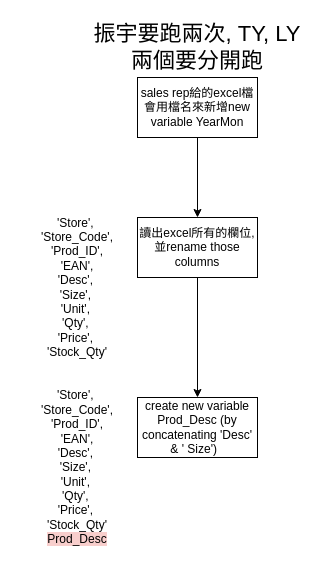
Ling160/Udemy keeps this draw.io diagram as Untitled Diagram.drawio. Above is the earlier version. Source tidied: cells renumbered, new cells numbered last; positions are measured from the earlier drawing's top-left corner, leaving out a move shared by most shapes. Both pictures are drawn from the tidied source at 100%, with x=0, y=0 at pixel (17, 17).
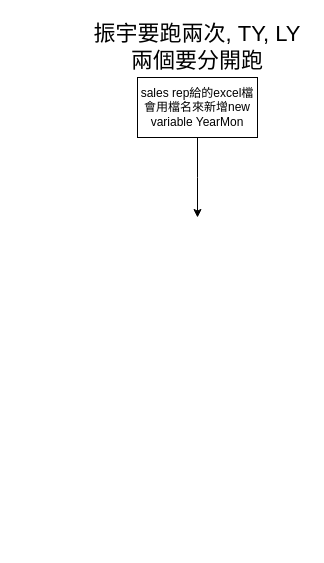
Above is the later version.

Change to the diagram source:
```diff
@@
 <mxGraphModel>
   <root>
     <mxCell id="0" />
     <mxCell id="1" parent="0" />
-    <mxCell id="2" style="edgeStyle=orthogonalEdgeStyle;rounded=0;jettySize=auto;html=1;fontSize=22;" parent="1" edge="1" source="3" target="6">
-      <mxGeometry relative="1" as="geometry" />
+    <mxCell id="2" style="edgeStyle=orthogonalEdgeStyle;rounded=0;jettySize=auto;html=1;fontSize=22;" parent="1" edge="1" source="3">
+      <mxGeometry relative="1" as="geometry">
+        <mxPoint x="180" y="200" as="targetPoint" />
+      </mxGeometry>
     </mxCell>
     <mxCell id="3" value="sales rep給的excel檔&lt;br&gt;會用檔名來新增new variable YearMon" style="rounded=0;whiteSpace=wrap;html=1;" parent="1" vertex="1">
       <mxGeometry x="120" y="60" width="120" height="60" as="geometry" />
     </mxCell>
     <mxCell id="4" value="&lt;font style=&quot;font-size: 22px&quot;&gt;振宇要跑兩次, TY, LY兩個要分開跑&lt;/font&gt;" style="text;html=1;strokeColor=none;fillColor=none;align=center;verticalAlign=middle;whiteSpace=wrap;rounded=0;" parent="1" vertex="1">
       <mxGeometry x="70" width="220" height="60" as="geometry" />
     </mxCell>
-    <mxCell id="5" style="edgeStyle=orthogonalEdgeStyle;rounded=0;jettySize=auto;html=1;fontSize=12;" parent="1" edge="1" source="6" target="8">
-      <mxGeometry relative="1" as="geometry" />
-    </mxCell>
-    <mxCell id="6" value="讀出excel所有的欄位,&lt;br&gt;並rename those columns" style="rounded=0;whiteSpace=wrap;html=1;" parent="1" vertex="1">
-      <mxGeometry x="120" y="200" width="120" height="60" as="geometry" />
-    </mxCell>
-    <mxCell id="7" value="&lt;div style=&quot;font-size: 12px&quot;&gt;&lt;font style=&quot;font-size: 12px&quot;&gt;'Store',&amp;nbsp;&lt;/font&gt;&lt;/div&gt;&lt;div style=&quot;font-size: 12px&quot;&gt;&lt;font style=&quot;font-size: 12px&quot;&gt;'Store_Code',&lt;/font&gt;&lt;/div&gt;&lt;div style=&quot;font-size: 12px&quot;&gt;&lt;font style=&quot;font-size: 12px&quot;&gt;&amp;nbsp;'Prod_ID',&amp;nbsp;&lt;/font&gt;&lt;/div&gt;&lt;div style=&quot;font-size: 12px&quot;&gt;&lt;font style=&quot;font-size: 12px&quot;&gt;'EAN',&lt;/font&gt;&lt;/div&gt;&lt;div style=&quot;font-size: 12px&quot;&gt;&lt;span&gt;'Desc',&amp;nbsp;&lt;/span&gt;&lt;/div&gt;&lt;div style=&quot;font-size: 12px&quot;&gt;&lt;span&gt;'Size',&amp;nbsp;&lt;/span&gt;&lt;/div&gt;&lt;div style=&quot;font-size: 12px&quot;&gt;&lt;span&gt;'Unit',&amp;nbsp;&lt;/span&gt;&lt;/div&gt;&lt;div style=&quot;font-size: 12px&quot;&gt;&lt;span&gt;'Qty',&amp;nbsp;&lt;/span&gt;&lt;/div&gt;&lt;div style=&quot;font-size: 12px&quot;&gt;&lt;span&gt;'Price',&amp;nbsp;&lt;/span&gt;&lt;/div&gt;&lt;div style=&quot;font-size: 12px&quot;&gt;&lt;span&gt;'Stock_Qty'&lt;/span&gt;&lt;/div&gt;" style="text;html=1;strokeColor=none;fillColor=none;align=center;verticalAlign=middle;whiteSpace=wrap;rounded=0;fontSize=22;" parent="1" vertex="1">
-      <mxGeometry y="200" width="120" height="140" as="geometry" />
-    </mxCell>
-    <mxCell id="8" value="create new variable Prod_Desc (by concatenating 'Desc' &amp;amp; ' Size')&amp;nbsp;&amp;nbsp;" style="rounded=0;whiteSpace=wrap;html=1;" parent="1" vertex="1">
-      <mxGeometry x="120" y="380" width="120" height="60" as="geometry" />
-    </mxCell>
-    <mxCell id="9" value="&lt;div style=&quot;font-size: 12px&quot;&gt;&lt;font style=&quot;font-size: 12px&quot;&gt;'Store',&amp;nbsp;&lt;/font&gt;&lt;/div&gt;&lt;div style=&quot;font-size: 12px&quot;&gt;&lt;font style=&quot;font-size: 12px&quot;&gt;'Store_Code',&lt;/font&gt;&lt;/div&gt;&lt;div style=&quot;font-size: 12px&quot;&gt;&lt;font style=&quot;font-size: 12px&quot;&gt;&amp;nbsp;'Prod_ID',&amp;nbsp;&lt;/font&gt;&lt;/div&gt;&lt;div style=&quot;font-size: 12px&quot;&gt;&lt;font style=&quot;font-size: 12px&quot;&gt;'EAN',&lt;/font&gt;&lt;/div&gt;&lt;div style=&quot;font-size: 12px&quot;&gt;&lt;span&gt;'Desc',&amp;nbsp;&lt;/span&gt;&lt;/div&gt;&lt;div style=&quot;font-size: 12px&quot;&gt;&lt;span&gt;'Size',&amp;nbsp;&lt;/span&gt;&lt;/div&gt;&lt;div style=&quot;font-size: 12px&quot;&gt;&lt;span&gt;'Unit',&amp;nbsp;&lt;/span&gt;&lt;/div&gt;&lt;div style=&quot;font-size: 12px&quot;&gt;&lt;span&gt;'Qty',&amp;nbsp;&lt;/span&gt;&lt;/div&gt;&lt;div style=&quot;font-size: 12px&quot;&gt;&lt;span&gt;'Price',&amp;nbsp;&lt;/span&gt;&lt;/div&gt;&lt;div style=&quot;font-size: 12px&quot;&gt;&lt;span&gt;'Stock_Qty'&lt;/span&gt;&lt;/div&gt;&lt;div style=&quot;font-size: 12px&quot;&gt;&lt;span style=&quot;background-color: rgb(248 , 206 , 204)&quot;&gt;Prod_Desc&lt;/span&gt;&lt;/div&gt;" style="text;html=1;strokeColor=none;fillColor=none;align=center;verticalAlign=middle;whiteSpace=wrap;rounded=0;fontSize=22;" parent="1" vertex="1">
-      <mxGeometry y="380" width="120" height="140" as="geometry" />
-    </mxCell>
   </root>
 </mxGraphModel>
```
